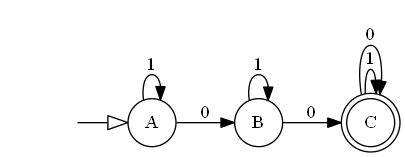
This is x.gv.png from cgomez29/LFP-2020-Proyecto2.1, a Graphviz export, as it was before one commit. Its source is kept beside it as x.gv. Its diagram source:
```dot
digraph x {
	rankdir=LR size="8,5"
	node [shape=circle]
	A
	B
	node [shape=doublecircle]
	C
	A -> A [label=1]
	A -> B [label=0]
	B -> B [label=1]
	B -> C [label=0]
	C -> C [label=1]
	C -> C [label=0]
	node [shape=none]
	edge [arrowhead=empty arrowsize=1.5]
	"" -> A
}
```
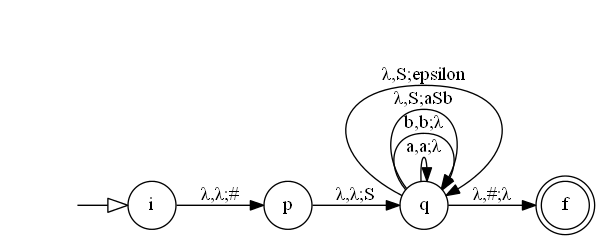
Later version of the same file.

The edit, as a diff of the source:
```diff
@@ -1,17 +1,19 @@
 digraph x {
 	rankdir=LR size="8,5"
 	node [shape=circle]
-	A
-	B
+	i
+	p
+	q
 	node [shape=doublecircle]
-	C
-	A -> A [label=1]
-	A -> B [label=0]
-	B -> B [label=1]
-	B -> C [label=0]
-	C -> C [label=1]
-	C -> C [label=0]
+	f
+	i -> p [label="λ,λ;#"]
+	p -> q [label="λ,λ;S"]
+	q -> q [label="a,a;λ"]
+	q -> q [label="b,b;λ"]
+	q -> q [label="λ,S;aSb"]
+	q -> q [label="λ,S;epsilon"]
+	q -> f [label="λ,#;λ"]
 	node [shape=none]
 	edge [arrowhead=empty arrowsize=1.5]
-	"" -> A
+	"" -> i
 }
```
